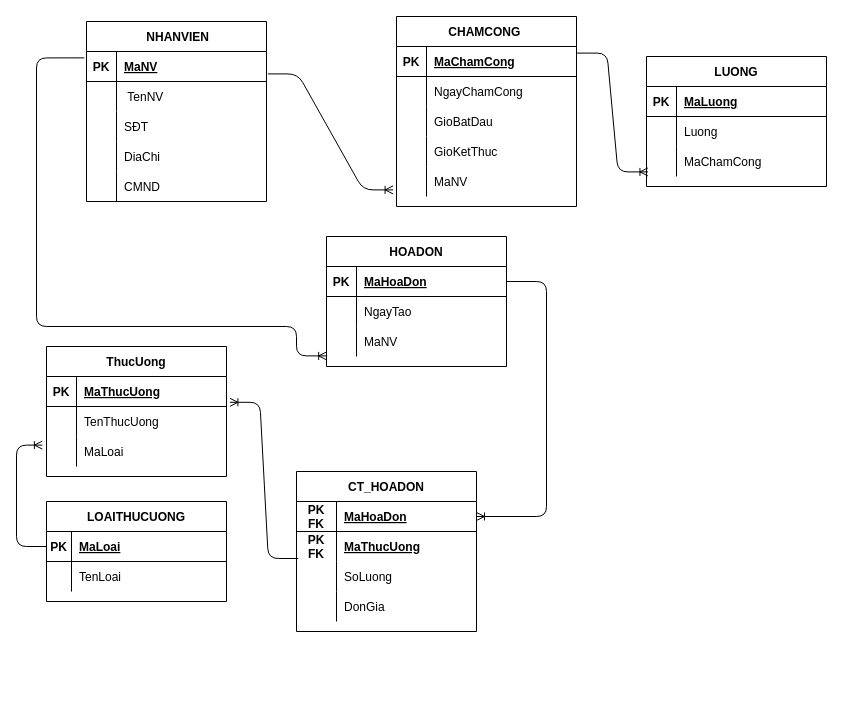
Above: Draw.io/ERD.drawio in TruongNguyenYenNhi/PTTK-QL-b-n-h-ng (draw.io), before the change. Source tidied: cells renumbered, new cells numbered last; positions are measured from the earlier drawing's top-left corner, leaving out a move shared by most shapes. Both pictures are drawn from the tidied source at 100%, with x=0, y=0 at pixel (16, 16).
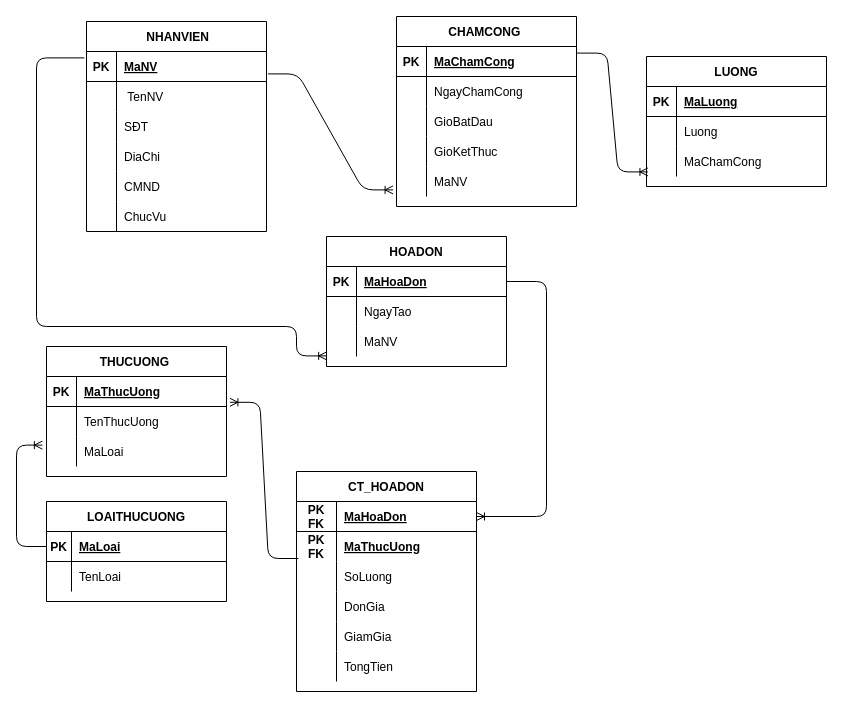
Above is the later version.

The edit, as a diff of the source:
```diff
@@
     <mxCell id="2" value=" NHANVIEN" style="shape=table;startSize=30;childLayout=tableLayout;rowLines=0;fontStyle=1;align=center;" parent="1" vertex="1">
-      <mxGeometry x="70" y="5" width="180" height="180" as="geometry" />
+      <mxGeometry x="70" y="5" width="180" height="210" as="geometry" />
     </mxCell>
@@
+    <mxCell id="90" style="shape=partialRectangle;fillColor=none;top=0;left=0;bottom=0;right=0;" parent="2" vertex="1">
+      <mxGeometry y="180" width="180" height="30" as="geometry" />
+    </mxCell>
+    <mxCell id="91" style="shape=partialRectangle;fillColor=none;top=0;left=0;bottom=0;right=0;overflow=hidden;" parent="90" vertex="1">
+      <mxGeometry width="30" height="30" as="geometry" />
+    </mxCell>
+    <mxCell id="92" value="ChucVu" style="shape=partialRectangle;fillColor=none;top=0;left=0;bottom=0;right=0;align=left;spacingLeft=6;overflow=hidden;" parent="90" vertex="1">
+      <mxGeometry x="30" width="150" height="30" as="geometry" />
+    </mxCell>
@@
-    <mxCell id="44" value="ThucUong" style="shape=table;startSize=30;childLayout=tableLayout;rowLines=0;fontStyle=1;align=center;" parent="1" vertex="1">
+    <mxCell id="44" value="THUCUONG " style="shape=table;startSize=30;childLayout=tableLayout;rowLines=0;fontStyle=1;align=center;" parent="1" vertex="1">
       <mxGeometry x="30" y="330" width="180" height="130" as="geometry" />
     </mxCell>
@@
     <mxCell id="54" value="CT_HOADON" style="shape=table;startSize=30;childLayout=tableLayout;rowLines=0;fontStyle=1;align=center;" parent="1" vertex="1">
-      <mxGeometry x="280" y="455" width="180" height="160" as="geometry" />
+      <mxGeometry x="280" y="455" width="180" height="220" as="geometry" />
     </mxCell>
@@
+    <mxCell id="93" style="shape=partialRectangle;fillColor=none;top=0;left=0;bottom=0;right=0;" parent="54" vertex="1">
+      <mxGeometry y="150" width="180" height="30" as="geometry" />
+    </mxCell>
+    <mxCell id="94" style="shape=partialRectangle;fillColor=none;top=0;left=0;bottom=0;right=0;overflow=hidden;" parent="93" vertex="1">
+      <mxGeometry width="40" height="30" as="geometry" />
+    </mxCell>
+    <mxCell id="95" value="GiamGia" style="shape=partialRectangle;fillColor=none;top=0;left=0;bottom=0;right=0;align=left;spacingLeft=6;overflow=hidden;" parent="93" vertex="1">
+      <mxGeometry x="40" width="140" height="30" as="geometry" />
+    </mxCell>
+    <mxCell id="96" style="shape=partialRectangle;fillColor=none;top=0;left=0;bottom=0;right=0;" parent="54" vertex="1">
+      <mxGeometry y="180" width="180" height="30" as="geometry" />
+    </mxCell>
+    <mxCell id="97" style="shape=partialRectangle;fillColor=none;top=0;left=0;bottom=0;right=0;overflow=hidden;" parent="96" vertex="1">
+      <mxGeometry width="40" height="30" as="geometry" />
+    </mxCell>
+    <mxCell id="98" value="TongTien" style="shape=partialRectangle;fillColor=none;top=0;left=0;bottom=0;right=0;align=left;spacingLeft=6;overflow=hidden;" parent="96" vertex="1">
+      <mxGeometry x="40" width="140" height="30" as="geometry" />
+    </mxCell>
```
